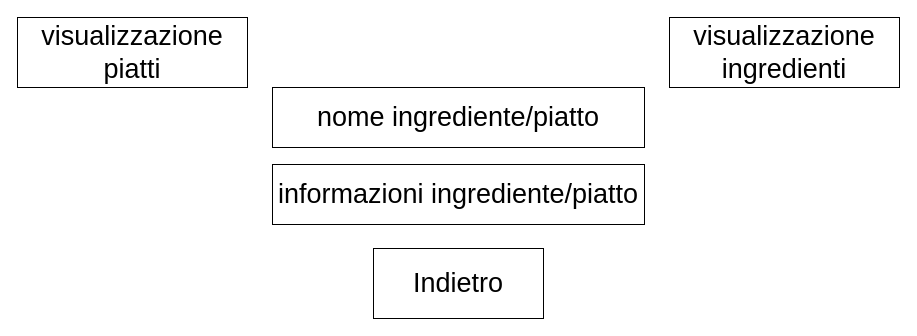
Above: doc/Progetti Drawio/Prototipi/PrototipoRicettario.drawio in zSavT/Healthy-Catering (draw.io), before the change. Source tidied: cells renumbered, new cells numbered last; positions are measured from the earlier drawing's top-left corner, leaving out a move shared by most shapes. Both pictures are drawn from the tidied source at 100%, with x=0, y=0 at pixel (17, 17).
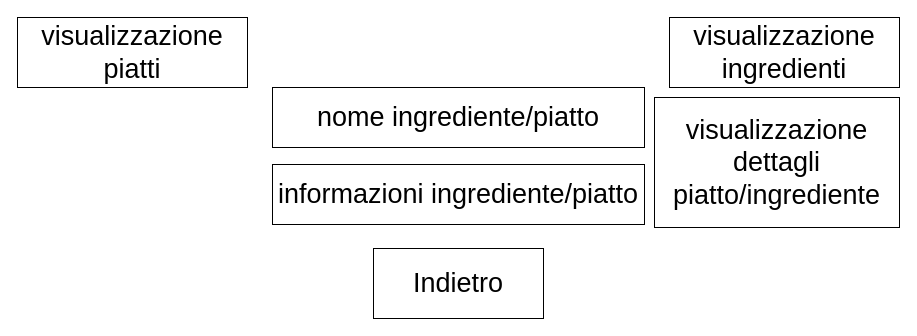
Above is the later version.

Commit message (it also covers changes not shown here):
aggiornato prototipo ricettario

What changed in the source:
```diff
@@
 <mxGraphModel>
   <root>
     <mxCell id="0" />
     <mxCell id="1" parent="0" />
     <mxCell id="2" value="informazioni ingrediente/piatto" style="rounded=0;whiteSpace=wrap;html=1;fontSize=27;" parent="1" vertex="1">
       <mxGeometry x="255" y="147" width="372" height="60" as="geometry" />
     </mxCell>
     <mxCell id="3" value="visualizzazione ingredienti" style="rounded=0;whiteSpace=wrap;html=1;fontSize=27;" parent="1" vertex="1">
       <mxGeometry x="652" width="230" height="70" as="geometry" />
     </mxCell>
     <mxCell id="4" value="nome ingrediente/piatto" style="rounded=0;whiteSpace=wrap;html=1;fontSize=27;" parent="1" vertex="1">
       <mxGeometry x="255" y="70" width="372" height="60" as="geometry" />
     </mxCell>
     <mxCell id="5" value="Indietro" style="rounded=0;whiteSpace=wrap;html=1;fontSize=27;" parent="1" vertex="1">
       <mxGeometry x="356" y="231" width="170" height="70" as="geometry" />
     </mxCell>
     <mxCell id="6" value="visualizzazione piatti" style="rounded=0;whiteSpace=wrap;html=1;fontSize=27;" parent="1" vertex="1">
       <mxGeometry width="230" height="70" as="geometry" />
     </mxCell>
+    <mxCell id="7" value="visualizzazione dettagli piatto/ingrediente" style="rounded=0;whiteSpace=wrap;html=1;fontSize=27;" parent="1" vertex="1">
+      <mxGeometry x="637" y="80" width="245" height="130" as="geometry" />
+    </mxCell>
   </root>
 </mxGraphModel>
```
